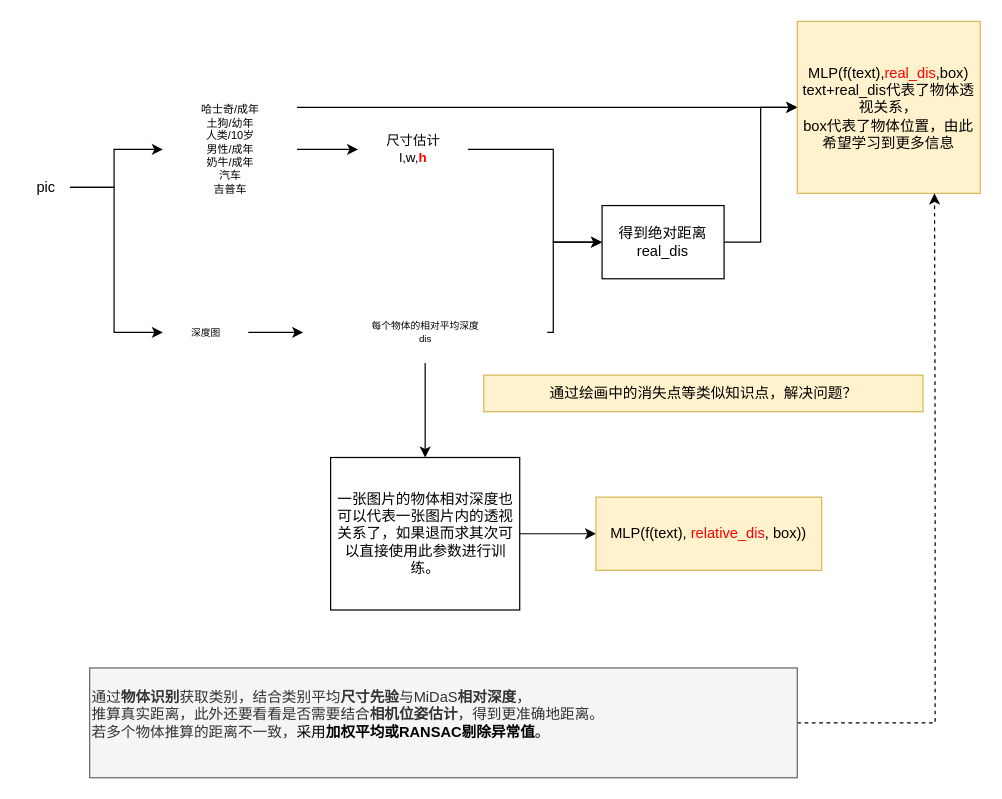
baizhu0414/Diagrams keeps this draw.io diagram as DigitalImageProcessing/gligen-透视关系问题分析.drawio. Above is the earlier version. Source tidied: cells renumbered, new cells numbered last; positions are measured from the earlier drawing's top-left corner, leaving out a move shared by most shapes. Both pictures are drawn from the tidied source at 122%, with x=0, y=0 at pixel (21, 21).
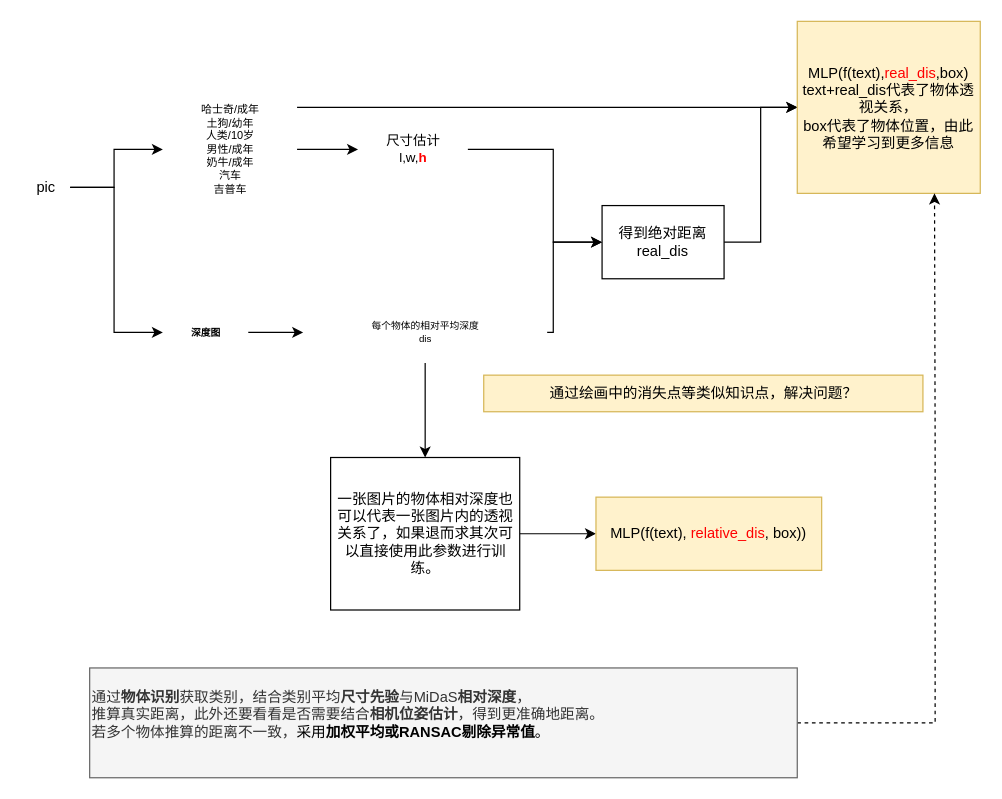
The same page after the edit.

Commit message:
更新gligen-透视关系问题分析.drawio

What changed in the source:
```diff
@@
-    <mxCell id="11" value="深度图" style="text;html=1;align=center;verticalAlign=middle;points=[];strokeColor=none;fillColor=none;fontSize=8;" parent="1" vertex="1">
+    <mxCell id="11" value="深度图" style="text;html=1;align=center;verticalAlign=middle;points=[];strokeColor=none;fillColor=none;fontSize=8;fontStyle=1;" parent="1" vertex="1">
       <mxGeometry x="116" y="240" width="70" height="30" as="geometry" />
     </mxCell>
```
